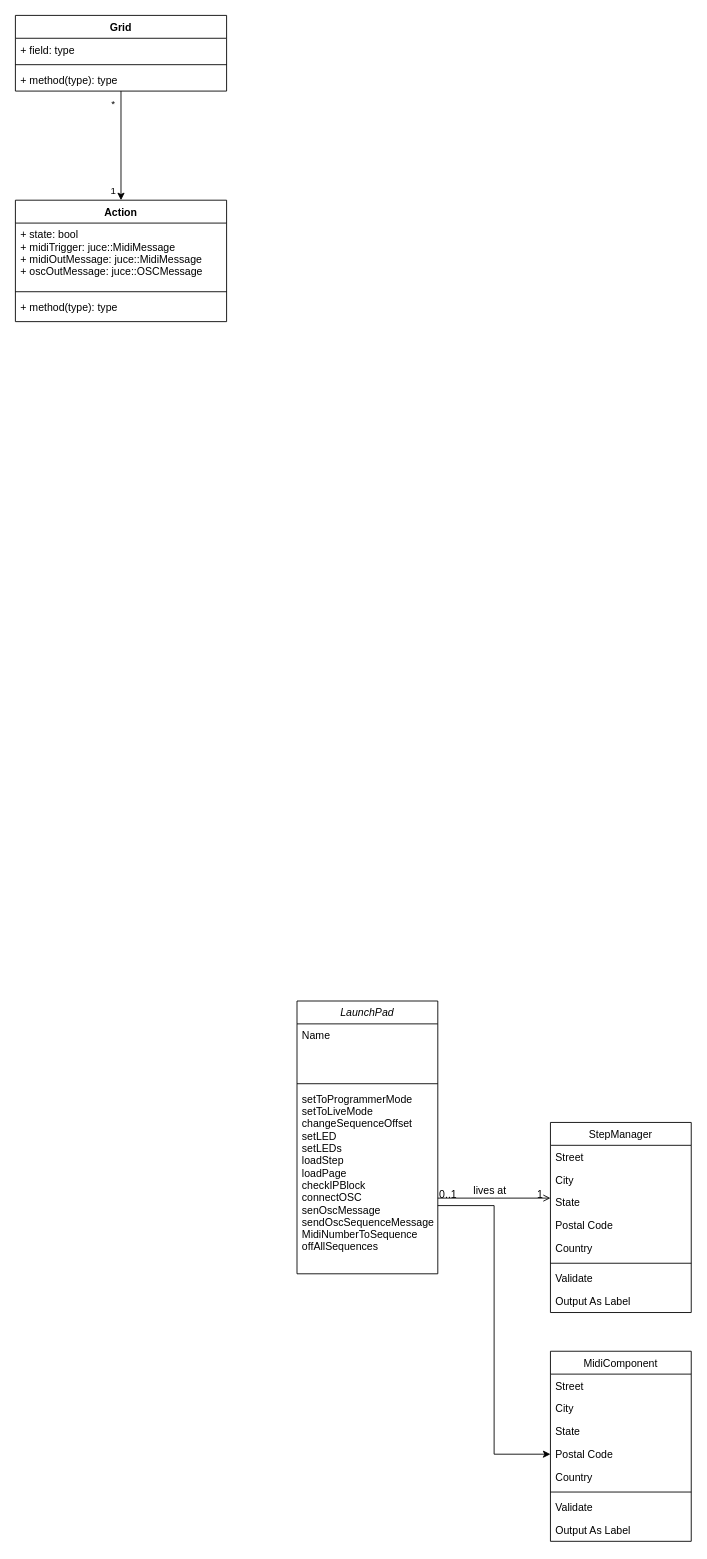
Earlier version of the draw.io diagram Documentation/class-diagram.drawio (yastefan/LaunchPadSequencer). Source tidied: cells renumbered, new cells numbered last; positions are measured from the earlier drawing's top-left corner, leaving out a move shared by most shapes. Both pictures are drawn from the tidied source at 88%, with x=0, y=0 at pixel (15, 15).
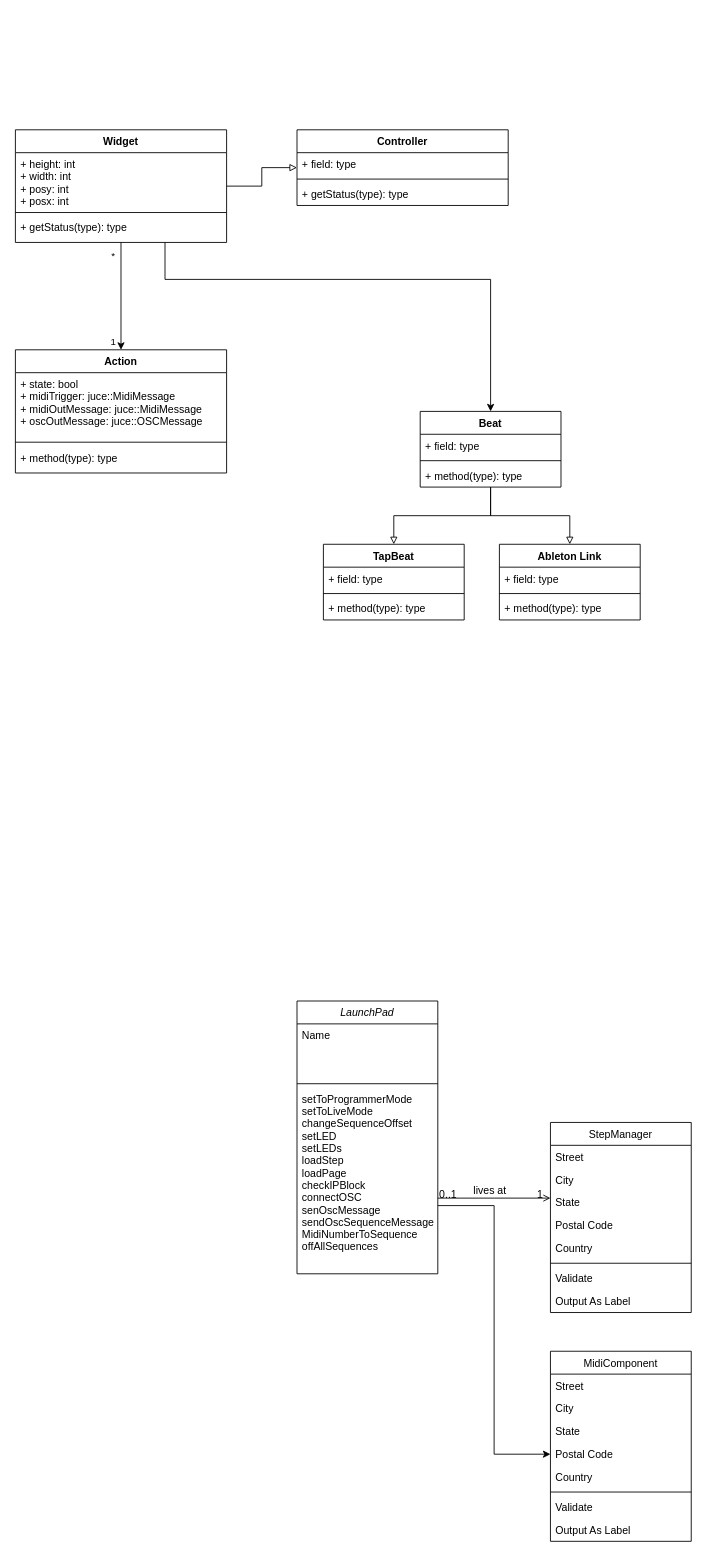
Above is the later version.

The edit, as a diff of the source:
```diff
@@
     <mxCell id="29" value="Action" style="swimlane;fontStyle=1;align=center;verticalAlign=top;horizontal=1;startSize=26;" parent="1" vertex="1">
-      <mxGeometry y="210" width="240" height="138" as="geometry" />
+      <mxGeometry y="380" width="240" height="140" as="geometry" />
     </mxCell>
@@
     <mxCell id="31" style="line;strokeWidth=1;fillColor=none;align=left;verticalAlign=middle;spacingTop=-1;spacingLeft=3;spacingRight=3;labelPosition=right;" parent="29" vertex="1">
-      <mxGeometry y="100" width="240" height="8" as="geometry" />
+      <mxGeometry y="100" width="240" height="10" as="geometry" />
     </mxCell>
     <mxCell id="32" value="+ method(type): type" style="text;strokeColor=none;fillColor=none;align=left;verticalAlign=top;spacingLeft=4;spacingRight=4;overflow=hidden;" parent="29" vertex="1">
-      <mxGeometry y="108" width="240" height="30" as="geometry" />
+      <mxGeometry y="110" width="240" height="30" as="geometry" />
     </mxCell>
@@
+    <mxCell id="40" style="edgeStyle=orthogonalEdgeStyle;rounded=0;jettySize=auto;html=1;endArrow=block;endFill=0;" parent="1" edge="1" source="36" target="56">
+      <mxGeometry relative="1" as="geometry" />
+    </mxCell>
+    <mxCell id="41" style="edgeStyle=orthogonalEdgeStyle;rounded=0;jettySize=auto;html=1;endArrow=classic;endFill=1;" parent="1" edge="1" source="36" target="44">
+      <mxGeometry relative="1" as="geometry">
+        <Array as="points">
+          <mxPoint x="170" y="300" />
+          <mxPoint x="540" y="300" />
+        </Array>
+      </mxGeometry>
+    </mxCell>
-    <mxCell id="36" value="Grid" style="swimlane;fontStyle=1;align=center;verticalAlign=top;horizontal=1;startSize=26;" parent="1" vertex="1">
-      <mxGeometry width="240" height="86" as="geometry" />
+    <mxCell id="36" value="Widget" style="swimlane;fontStyle=1;align=center;verticalAlign=top;horizontal=1;startSize=26;" parent="1" vertex="1">
+      <mxGeometry y="130" width="240" height="128" as="geometry" />
     </mxCell>
-    <mxCell id="37" value="+ field: type" style="text;strokeColor=none;fillColor=none;align=left;verticalAlign=top;spacingLeft=4;spacingRight=4;overflow=hidden;" parent="36" vertex="1">
-      <mxGeometry y="26" width="240" height="26" as="geometry" />
+    <mxCell id="37" value="+ height: int&#10;+ width: int&#10;+ posy: int&#10;+ posx: int" style="text;strokeColor=none;fillColor=none;align=left;verticalAlign=top;spacingLeft=4;spacingRight=4;overflow=hidden;" parent="36" vertex="1">
+      <mxGeometry y="26" width="240" height="64" as="geometry" />
     </mxCell>
     <mxCell id="38" style="line;strokeWidth=1;fillColor=none;align=left;verticalAlign=middle;spacingTop=-1;spacingLeft=3;spacingRight=3;labelPosition=right;" parent="36" vertex="1">
-      <mxGeometry y="52" width="240" height="8" as="geometry" />
+      <mxGeometry y="90" width="240" height="8" as="geometry" />
     </mxCell>
-    <mxCell id="39" value="+ method(type): type" style="text;strokeColor=none;fillColor=none;align=left;verticalAlign=top;spacingLeft=4;spacingRight=4;overflow=hidden;" parent="36" vertex="1">
-      <mxGeometry y="60" width="240" height="26" as="geometry" />
+    <mxCell id="39" value="+ getStatus(type): type" style="text;strokeColor=none;fillColor=none;align=left;verticalAlign=top;spacingLeft=4;spacingRight=4;overflow=hidden;" parent="36" vertex="1">
+      <mxGeometry y="98" width="240" height="30" as="geometry" />
     </mxCell>
+    <mxCell id="42" style="edgeStyle=orthogonalEdgeStyle;rounded=0;jettySize=auto;html=1;endArrow=block;endFill=0;" parent="1" edge="1" source="44" target="48">
+      <mxGeometry relative="1" as="geometry" />
+    </mxCell>
+    <mxCell id="43" style="edgeStyle=orthogonalEdgeStyle;rounded=0;jettySize=auto;html=1;endArrow=block;endFill=0;" parent="1" edge="1" source="44" target="52">
+      <mxGeometry relative="1" as="geometry" />
+    </mxCell>
+    <mxCell id="44" value="Beat" style="swimlane;fontStyle=1;align=center;verticalAlign=top;horizontal=1;startSize=26;" parent="1" vertex="1">
+      <mxGeometry x="460" y="450" width="160" height="86" as="geometry" />
+    </mxCell>
+    <mxCell id="45" value="+ field: type" style="text;strokeColor=none;fillColor=none;align=left;verticalAlign=top;spacingLeft=4;spacingRight=4;overflow=hidden;" parent="44" vertex="1">
+      <mxGeometry y="26" width="160" height="26" as="geometry" />
+    </mxCell>
+    <mxCell id="46" style="line;strokeWidth=1;fillColor=none;align=left;verticalAlign=middle;spacingTop=-1;spacingLeft=3;spacingRight=3;labelPosition=right;" parent="44" vertex="1">
+      <mxGeometry y="52" width="160" height="8" as="geometry" />
+    </mxCell>
+    <mxCell id="47" value="+ method(type): type" style="text;strokeColor=none;fillColor=none;align=left;verticalAlign=top;spacingLeft=4;spacingRight=4;overflow=hidden;" parent="44" vertex="1">
+      <mxGeometry y="60" width="160" height="26" as="geometry" />
+    </mxCell>
+    <mxCell id="48" value="TapBeat" style="swimlane;fontStyle=1;align=center;verticalAlign=top;horizontal=1;startSize=26;" parent="1" vertex="1">
+      <mxGeometry x="350" y="601" width="160" height="86" as="geometry" />
+    </mxCell>
+    <mxCell id="49" value="+ field: type" style="text;strokeColor=none;fillColor=none;align=left;verticalAlign=top;spacingLeft=4;spacingRight=4;overflow=hidden;" parent="48" vertex="1">
+      <mxGeometry y="26" width="160" height="26" as="geometry" />
+    </mxCell>
+    <mxCell id="50" style="line;strokeWidth=1;fillColor=none;align=left;verticalAlign=middle;spacingTop=-1;spacingLeft=3;spacingRight=3;labelPosition=right;" parent="48" vertex="1">
+      <mxGeometry y="52" width="160" height="8" as="geometry" />
+    </mxCell>
+    <mxCell id="51" value="+ method(type): type" style="text;strokeColor=none;fillColor=none;align=left;verticalAlign=top;spacingLeft=4;spacingRight=4;overflow=hidden;" parent="48" vertex="1">
+      <mxGeometry y="60" width="160" height="26" as="geometry" />
+    </mxCell>
+    <mxCell id="52" value="Ableton Link" style="swimlane;fontStyle=1;align=center;verticalAlign=top;horizontal=1;startSize=26;" parent="1" vertex="1">
+      <mxGeometry x="550" y="601" width="160" height="86" as="geometry" />
+    </mxCell>
+    <mxCell id="53" value="+ field: type" style="text;strokeColor=none;fillColor=none;align=left;verticalAlign=top;spacingLeft=4;spacingRight=4;overflow=hidden;" parent="52" vertex="1">
+      <mxGeometry y="26" width="160" height="26" as="geometry" />
+    </mxCell>
+    <mxCell id="54" style="line;strokeWidth=1;fillColor=none;align=left;verticalAlign=middle;spacingTop=-1;spacingLeft=3;spacingRight=3;labelPosition=right;" parent="52" vertex="1">
+      <mxGeometry y="52" width="160" height="8" as="geometry" />
+    </mxCell>
+    <mxCell id="55" value="+ method(type): type" style="text;strokeColor=none;fillColor=none;align=left;verticalAlign=top;spacingLeft=4;spacingRight=4;overflow=hidden;" parent="52" vertex="1">
+      <mxGeometry y="60" width="160" height="26" as="geometry" />
+    </mxCell>
+    <mxCell id="56" value="Controller" style="swimlane;fontStyle=1;align=center;verticalAlign=top;horizontal=1;startSize=26;" parent="1" vertex="1">
+      <mxGeometry x="320" y="130" width="240" height="86" as="geometry" />
+    </mxCell>
+    <mxCell id="57" value="+ field: type" style="text;strokeColor=none;fillColor=none;align=left;verticalAlign=top;spacingLeft=4;spacingRight=4;overflow=hidden;" parent="56" vertex="1">
+      <mxGeometry y="26" width="240" height="26" as="geometry" />
+    </mxCell>
+    <mxCell id="58" style="line;strokeWidth=1;fillColor=none;align=left;verticalAlign=middle;spacingTop=-1;spacingLeft=3;spacingRight=3;labelPosition=right;" parent="56" vertex="1">
+      <mxGeometry y="52" width="240" height="8" as="geometry" />
+    </mxCell>
+    <mxCell id="59" value="+ getStatus(type): type" style="text;strokeColor=none;fillColor=none;align=left;verticalAlign=top;spacingLeft=4;spacingRight=4;overflow=hidden;" parent="56" vertex="1">
+      <mxGeometry y="60" width="240" height="26" as="geometry" />
+    </mxCell>
```
